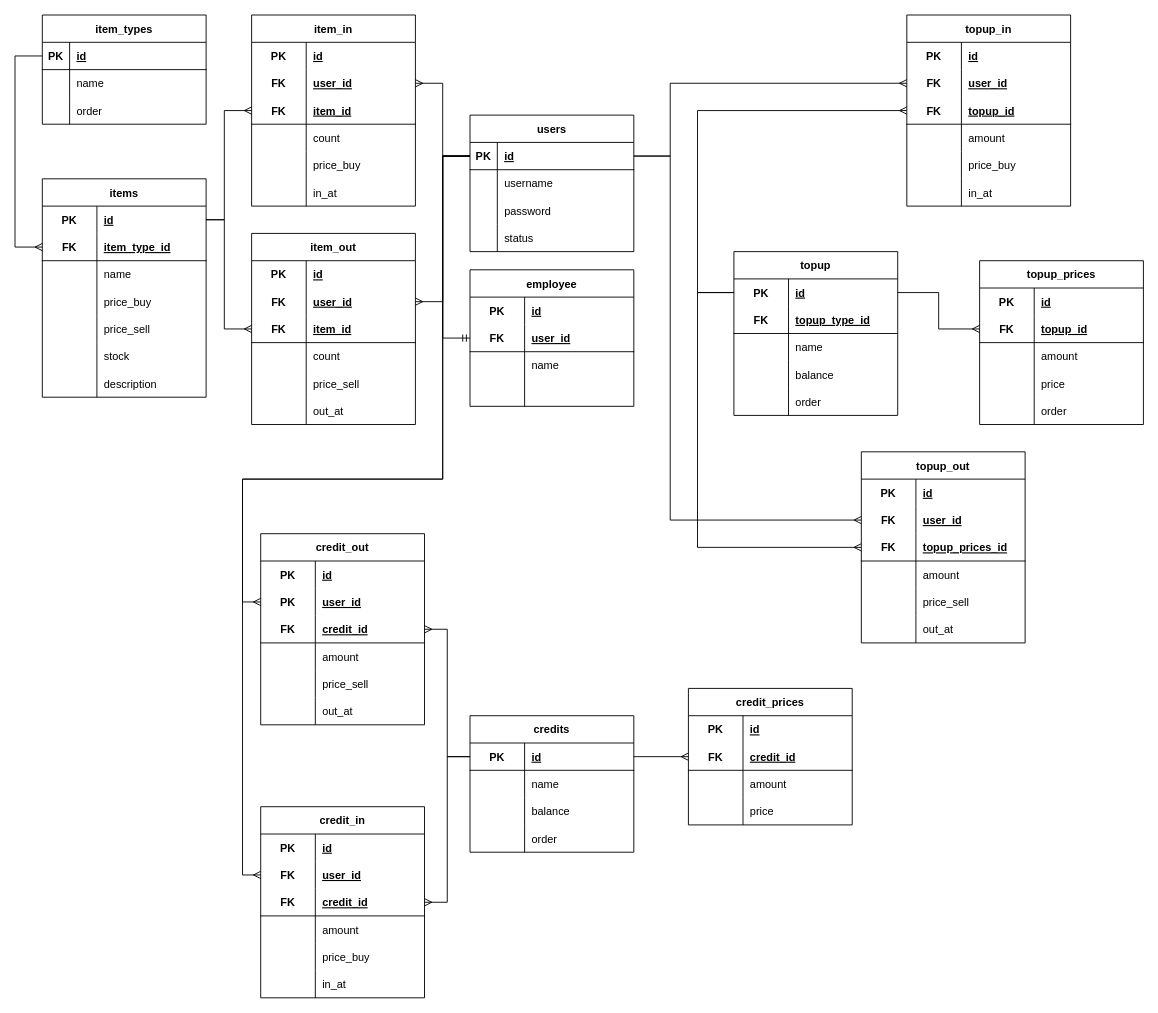
yafizh/cell-phone-api keeps this draw.io diagram as page "Old Ver" (2 of 2) of database/Database Schema.drawio. Above is the earlier version. Source tidied: cells renumbered, new cells numbered last; positions are measured from the earlier drawing's top-left corner, leaving out a move shared by most shapes. Both pictures are drawn from the tidied source at 91%, with x=0, y=0 at pixel (15, 15).
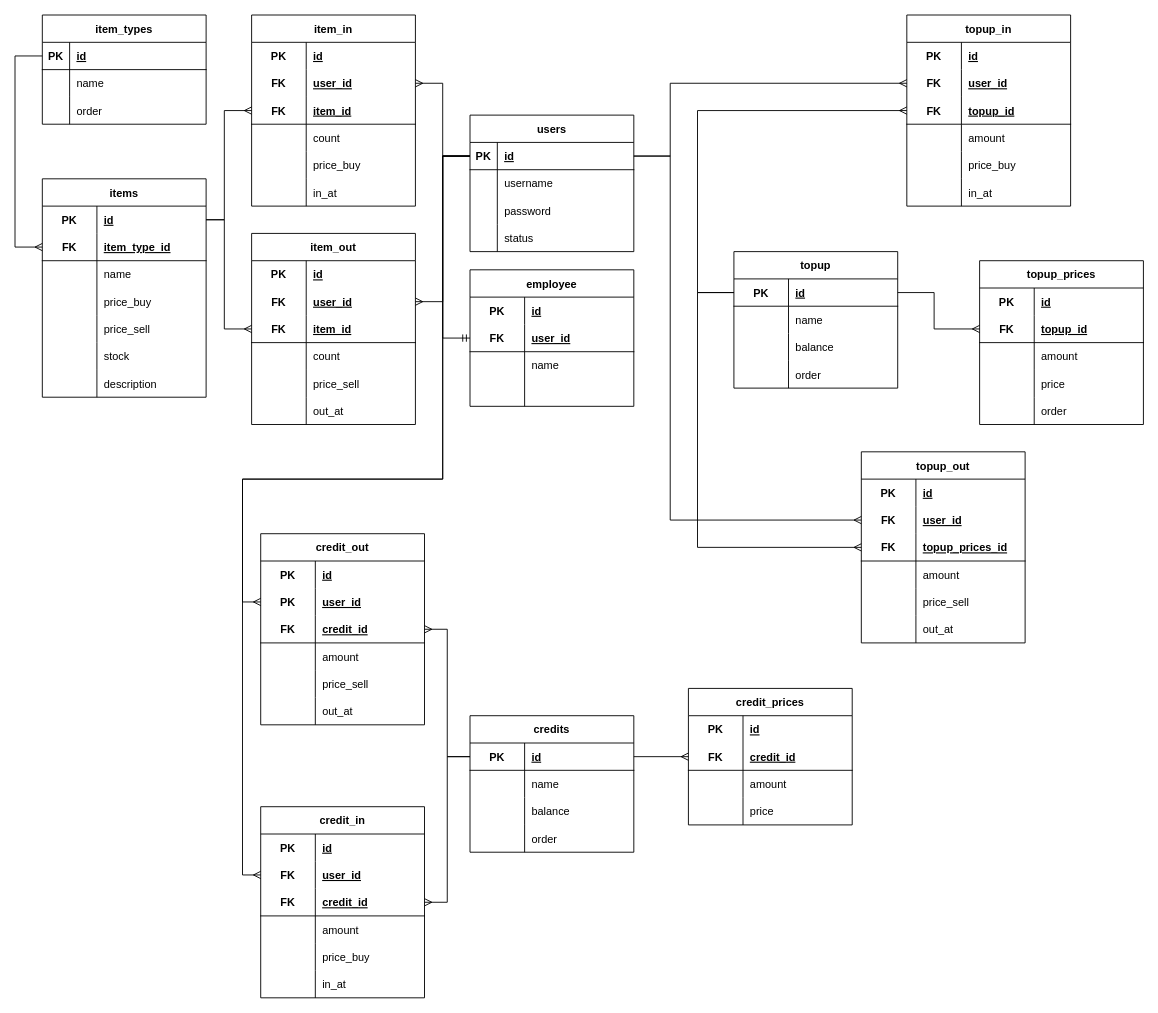
The same diagram, later.

Commit message (it also covers changes not shown here):
new database schema, update triggers, and seeder

Unchanged cells that the change refers to:
```xml
<mxCell id="99" style="shape=tableRow;horizontal=0;startSize=0;swimlaneHead=0;swimlaneBody=0;fillColor=none;points=[[0,0.5],[1,0.5]];portConstraint=eastwest;top=0;left=0;right=0;bottom=1;" parent="95" vertex="1">
  <mxGeometry y="60" width="180" height="30" as="geometry" />
</mxCell>
<mxCell id="118" style="shape=tableRow;horizontal=0;startSize=0;swimlaneHead=0;swimlaneBody=0;fillColor=none;points=[[0,0.5],[1,0.5]];portConstraint=eastwest;top=0;left=0;right=0;bottom=1;" parent="111" vertex="1">
  <mxGeometry y="90" width="180" height="30" as="geometry" />
</mxCell>
<mxCell id="161" style="shape=tableRow;horizontal=0;startSize=0;swimlaneHead=0;swimlaneBody=0;fillColor=none;points=[[0,0.5],[1,0.5]];portConstraint=eastwest;top=0;left=0;right=0;bottom=1;" parent="154" vertex="1">
  <mxGeometry y="90" width="180" height="30" as="geometry" />
</mxCell>
```

What changed in the source:
```diff
@@
     <mxCell id="79" value="topup" style="shape=table;startSize=30;childLayout=tableLayout;rowLines=0;fontStyle=1;align=center;" parent="1" vertex="1">
-      <mxGeometry x="790" y="260" width="180" height="180" as="geometry" />
+      <mxGeometry x="790" y="260" width="180" height="150" as="geometry" />
     </mxCell>
-    <mxCell id="80" style="shape=tableRow;horizontal=0;startSize=0;swimlaneHead=0;swimlaneBody=0;fillColor=none;points=[[0,0.5],[1,0.5]];portConstraint=eastwest;top=0;left=0;right=0;bottom=0;" parent="79" vertex="1">
-      <mxGeometry y="30" width="180" height="30" as="geometry" />
-    </mxCell>
-    <mxCell id="81" value="PK" style="shape=partialRectangle;fillColor=none;top=0;left=0;bottom=0;right=0;fontStyle=1;overflow=hidden;" parent="80" vertex="1">
-      <mxGeometry width="60" height="30" as="geometry" />
-    </mxCell>
-    <mxCell id="82" value="id" style="shape=partialRectangle;fillColor=none;top=0;left=0;bottom=0;right=0;align=left;spacingLeft=6;fontStyle=5;overflow=hidden;" parent="80" vertex="1">
-      <mxGeometry x="60" width="120" height="30" as="geometry" />
-    </mxCell>
     <mxCell id="83" style="shape=tableRow;horizontal=0;startSize=0;swimlaneHead=0;swimlaneBody=0;fillColor=none;top=0;left=0;right=0;bottom=1;" parent="79" vertex="1">
-      <mxGeometry y="60" width="180" height="30" as="geometry" />
+      <mxGeometry y="30" width="180" height="30" as="geometry" />
     </mxCell>
-    <mxCell id="84" value="FK" style="shape=partialRectangle;fillColor=none;top=0;left=0;bottom=0;right=0;fontStyle=1;overflow=hidden;" parent="83" vertex="1">
+    <mxCell id="84" value="PK" style="shape=partialRectangle;fillColor=none;top=0;left=0;bottom=0;right=0;fontStyle=1;overflow=hidden;" parent="83" vertex="1">
       <mxGeometry width="60" height="30" as="geometry" />
     </mxCell>
-    <mxCell id="85" value="topup_type_id" style="shape=partialRectangle;fillColor=none;top=0;left=0;bottom=0;right=0;align=left;spacingLeft=6;fontStyle=5;overflow=hidden;" parent="83" vertex="1">
+    <mxCell id="85" value="id" style="shape=partialRectangle;fillColor=none;top=0;left=0;bottom=0;right=0;align=left;spacingLeft=6;fontStyle=5;overflow=hidden;" parent="83" vertex="1">
       <mxGeometry x="60" width="120" height="30" as="geometry" />
     </mxCell>
     <mxCell id="86" style="shape=tableRow;horizontal=0;startSize=0;swimlaneHead=0;swimlaneBody=0;fillColor=none;top=0;left=0;right=0;bottom=0;" parent="79" vertex="1">
-      <mxGeometry y="90" width="180" height="30" as="geometry" />
+      <mxGeometry y="60" width="180" height="30" as="geometry" />
     </mxCell>
@@
     <mxCell id="89" style="shape=tableRow;horizontal=0;startSize=0;swimlaneHead=0;swimlaneBody=0;fillColor=none;top=0;left=0;right=0;bottom=0;" parent="79" vertex="1">
-      <mxGeometry y="120" width="180" height="30" as="geometry" />
+      <mxGeometry y="90" width="180" height="30" as="geometry" />
     </mxCell>
@@
     <mxCell id="92" style="shape=tableRow;horizontal=0;startSize=0;swimlaneHead=0;swimlaneBody=0;fillColor=none;top=0;left=0;right=0;bottom=0;" parent="79" vertex="1">
-      <mxGeometry y="150" width="180" height="30" as="geometry" />
+      <mxGeometry y="120" width="180" height="30" as="geometry" />
     </mxCell>
@@
-    <mxCell id="132" style="edgeStyle=orthogonalEdgeStyle;rounded=0;jettySize=auto;html=1;entryX=0;entryY=0.5;entryDx=0;entryDy=0;endArrow=ERmany;endFill=0;" parent="1" edge="1" source="80" target="99">
-      <mxGeometry relative="1" as="geometry" />
+    <mxCell id="132" style="edgeStyle=orthogonalEdgeStyle;rounded=0;jettySize=auto;html=1;entryX=0;entryY=0.5;entryDx=0;entryDy=0;endArrow=ERmany;endFill=0;" parent="1" edge="1" target="99">
+      <mxGeometry relative="1" as="geometry">
+        <mxPoint x="970" y="305" as="sourcePoint" />
+        <Array as="points">
+          <mxPoint x="1010" y="305" />
+          <mxPoint x="1010" y="345" />
+        </Array>
+      </mxGeometry>
     </mxCell>
@@
-    <mxCell id="173" style="edgeStyle=orthogonalEdgeStyle;rounded=0;jettySize=auto;html=1;entryX=0;entryY=0.5;entryDx=0;entryDy=0;endArrow=ERmany;endFill=0;" parent="1" edge="1" source="80" target="161">
+    <mxCell id="173" style="edgeStyle=orthogonalEdgeStyle;rounded=0;jettySize=auto;html=1;entryX=0;entryY=0.5;entryDx=0;entryDy=0;endArrow=ERmany;endFill=0;" parent="1" edge="1" target="161">
       <mxGeometry relative="1" as="geometry">
+        <mxPoint x="790" y="305" as="sourcePoint" />
         <Array as="points">
           <mxPoint x="750" y="305" />
           <mxPoint x="750" y="105" />
         </Array>
       </mxGeometry>
     </mxCell>
-    <mxCell id="174" style="edgeStyle=orthogonalEdgeStyle;rounded=0;jettySize=auto;html=1;endArrow=ERmany;endFill=0;exitX=0;exitY=0.5;exitDx=0;exitDy=0;entryX=0;entryY=0.5;entryDx=0;entryDy=0;" parent="1" edge="1" source="80" target="118">
+    <mxCell id="174" style="edgeStyle=orthogonalEdgeStyle;rounded=0;jettySize=auto;html=1;endArrow=ERmany;endFill=0;exitX=0;exitY=0.5;exitDx=0;exitDy=0;entryX=0;entryY=0.5;entryDx=0;entryDy=0;" parent="1" edge="1" target="118">
       <mxGeometry relative="1" as="geometry">
+        <mxPoint x="790" y="305" as="sourcePoint" />
         <Array as="points">
           <mxPoint x="750" y="305" />
           <mxPoint x="750" y="585" />
         </Array>
       </mxGeometry>
     </mxCell>
```
